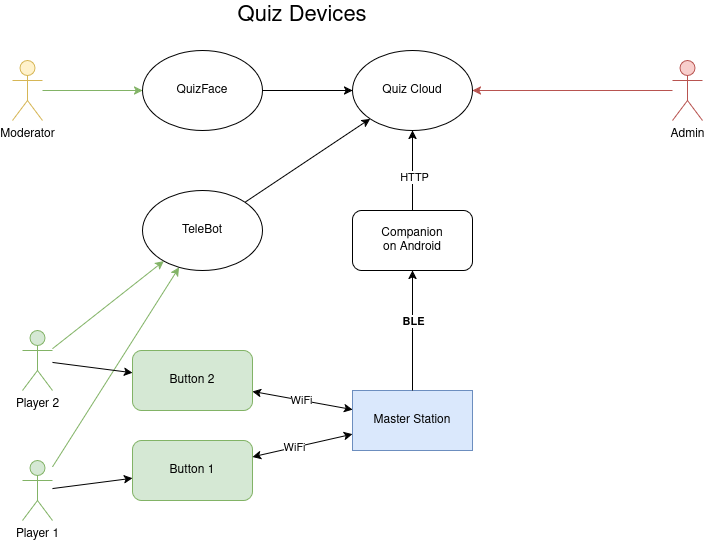
This is diagrams/QuizClash-Devices.drawio.png from QuizClash/info-design, a draw.io export, as it was before one commit. Source tidied: cells renumbered, new cells last; positions are measured from the earlier drawing's top-left corner, leaving out a move shared by most shapes.
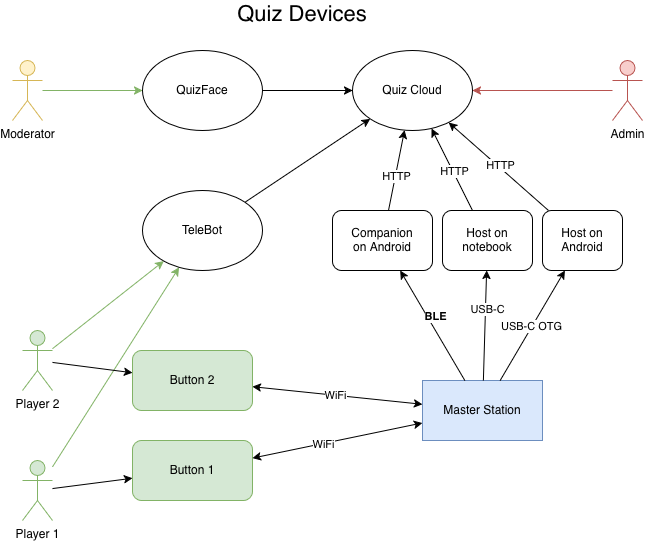
Later version of the same file.

Commit message:
Restore Serial (USB-to-UART) protocol

Change to the diagram source:
```diff
@@ -9,7 +9,7 @@
       <mxGeometry x="120" y="350" width="120" height="60" as="geometry" />
     </mxCell>
     <mxCell id="4" value="Master Station" style="rounded=0;whiteSpace=wrap;html=1;fillColor=#dae8fc;strokeColor=#6c8ebf;" parent="1" vertex="1">
-      <mxGeometry x="340" y="390" width="120" height="60" as="geometry" />
+      <mxGeometry x="410" y="380" width="120" height="60" as="geometry" />
     </mxCell>
     <mxCell id="5" value="QuizFace" style="ellipse;whiteSpace=wrap;html=1;" parent="1" vertex="1">
       <mxGeometry x="130" y="50" width="120" height="80" as="geometry" />
@@ -45,7 +45,7 @@
       <mxGeometry relative="1" as="geometry" />
     </mxCell>
     <mxCell id="16" value="&lt;div&gt;Companion&lt;/div&gt;on Android" style="rounded=1;whiteSpace=wrap;html=1;" parent="1" vertex="1">
-      <mxGeometry x="340" y="210" width="120" height="60" as="geometry" />
+      <mxGeometry x="320" y="210" width="100" height="60" as="geometry" />
     </mxCell>
     <mxCell id="17" style="endArrow=classic;html=1;rounded=0;fontStyle=1;" parent="1" edge="1" source="4" target="16">
       <mxGeometry relative="1" as="geometry" />
@@ -77,7 +77,7 @@
       <mxGeometry relative="1" as="geometry" />
     </mxCell>
     <mxCell id="26" value="Admin" style="shape=umlActor;verticalLabelPosition=bottom;verticalAlign=top;html=1;outlineConnect=0;fillColor=#f8cecc;strokeColor=#b85450;" parent="1" vertex="1">
-      <mxGeometry x="660" y="60" width="30" height="60" as="geometry" />
+      <mxGeometry x="600" y="60" width="30" height="60" as="geometry" />
     </mxCell>
     <mxCell id="27" style="endArrow=classic;html=1;rounded=0;fillColor=#f8cecc;strokeColor=#b85450;" parent="1" edge="1" source="26" target="24">
       <mxGeometry relative="1" as="geometry" />
@@ -88,5 +88,35 @@
     <mxCell id="29" style="endArrow=classic;html=1;rounded=0;" parent="1" edge="1" source="28" target="24">
       <mxGeometry relative="1" as="geometry" />
     </mxCell>
+    <mxCell id="30" value="&lt;div&gt;Host on&lt;/div&gt;&lt;div&gt;notebook&lt;/div&gt;" style="rounded=1;whiteSpace=wrap;html=1;" parent="1" vertex="1">
+      <mxGeometry x="430" y="210" width="90" height="60" as="geometry" />
+    </mxCell>
+    <mxCell id="31" style="endArrow=classic;html=1;rounded=0;" parent="1" edge="1" source="4" target="30">
+      <mxGeometry relative="1" as="geometry" />
+    </mxCell>
+    <mxCell id="32" value="USB-C" style="edgeLabel;html=1;align=center;verticalAlign=middle;" parent="31" vertex="1">
+      <mxGeometry x="0.3" y="-2" relative="1" as="geometry" />
+    </mxCell>
+    <mxCell id="33" style="endArrow=classic;html=1;rounded=0;" parent="1" edge="1" source="30" target="24">
+      <mxGeometry relative="1" as="geometry" />
+    </mxCell>
+    <mxCell id="34" value="HTTP" style="edgeLabel;html=1;align=center;verticalAlign=middle;" parent="33" vertex="1">
+      <mxGeometry x="-0.03" y="-1" relative="1" as="geometry" />
+    </mxCell>
+    <mxCell id="35" value="&lt;div&gt;Host on&lt;/div&gt;&lt;div&gt;Android&lt;/div&gt;" style="rounded=1;whiteSpace=wrap;html=1;" parent="1" vertex="1">
+      <mxGeometry x="530" y="210" width="80" height="60" as="geometry" />
+    </mxCell>
+    <mxCell id="36" style="endArrow=classic;html=1;rounded=0;" parent="1" edge="1" source="4" target="35">
+      <mxGeometry relative="1" as="geometry" />
+    </mxCell>
+    <mxCell id="37" value="USB-C OTG" style="edgeLabel;html=1;align=center;verticalAlign=middle;" parent="36" vertex="1">
+      <mxGeometry x="-0.02" y="1" relative="1" as="geometry" />
+    </mxCell>
+    <mxCell id="38" style="endArrow=classic;html=1;rounded=0;" parent="1" edge="1" source="35" target="24">
+      <mxGeometry relative="1" as="geometry" />
+    </mxCell>
+    <mxCell id="39" value="HTTP" style="edgeLabel;html=1;align=center;verticalAlign=middle;" parent="38" vertex="1">
+      <mxGeometry x="0.01" y="-2" relative="1" as="geometry" />
+    </mxCell>
   </root>
 </mxGraphModel>
```
